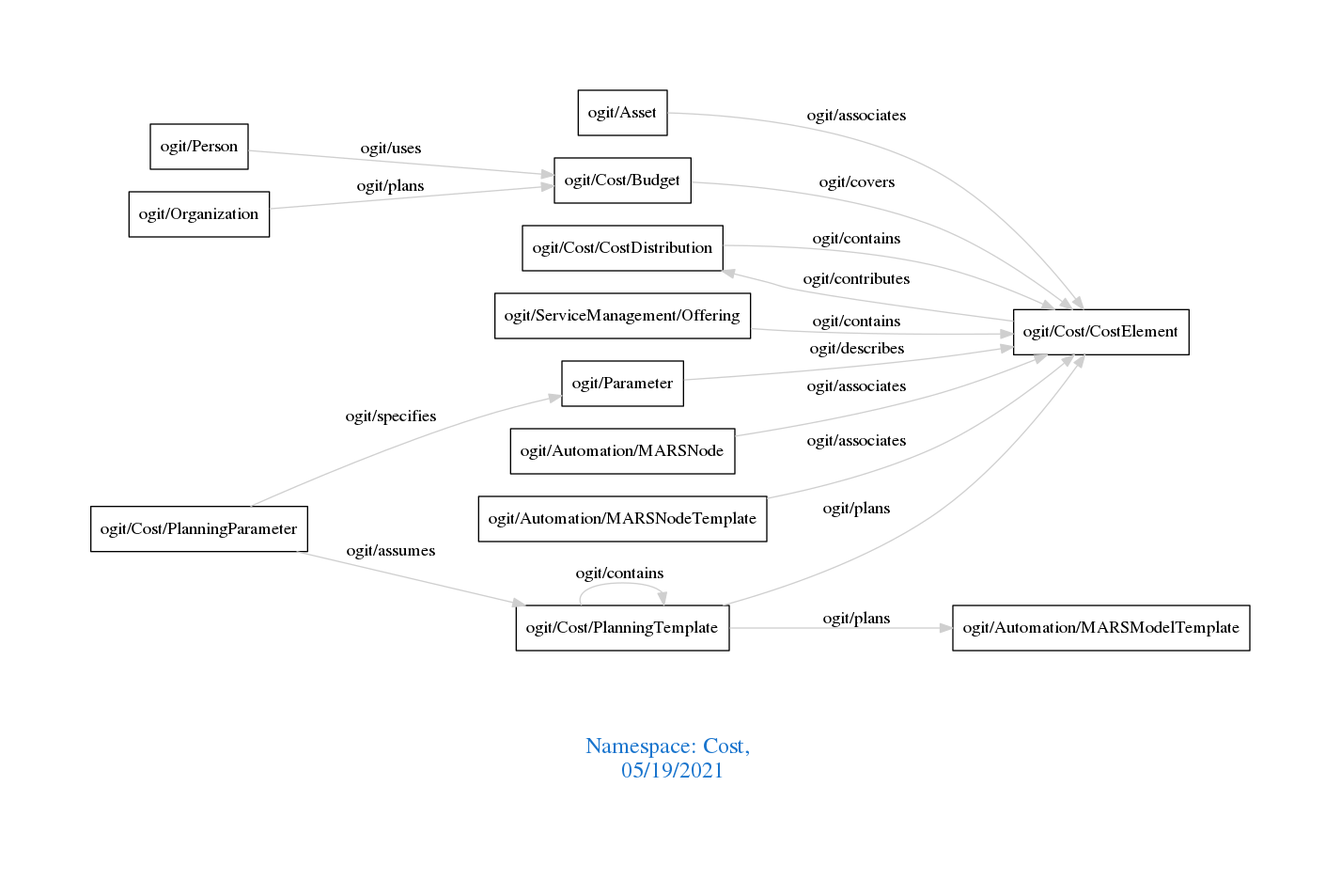
The Graphviz diagram downloads/Cost.png in arago/OGIT, before a commit. Its source is kept beside it as downloads/Cost.dot.
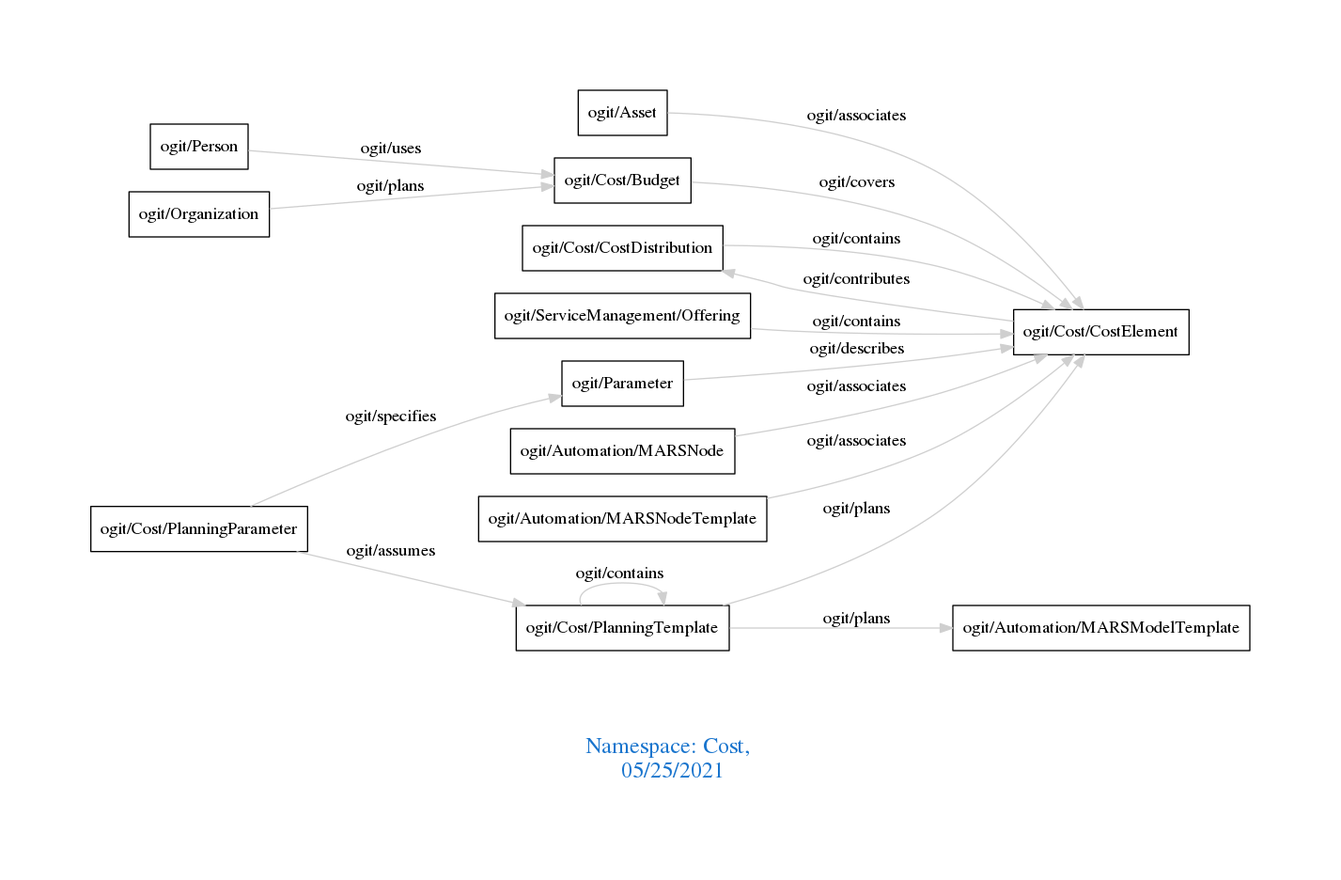
Later version of the same file.

The edit, as a diff of the source:
```diff
@@ -1,7 +1,7 @@
 digraph OGIT_ontology {
  graph [ rankdir= LR,pad=1
 fontsize = 18,
-fontcolor= dodgerblue3,label = "\n\n\nNamespace: Cost, \n 05/19/2021"];
+fontcolor= dodgerblue3,label = "\n\n\nNamespace: Cost, \n 05/25/2021"];
 node[shape=polygon];
 edge [  color="gray81"];
 
```
